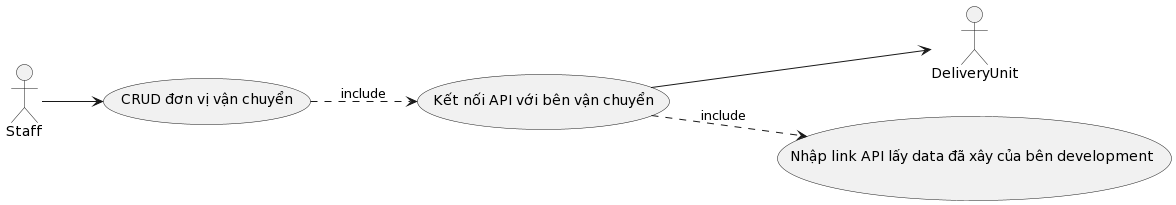
Above: Lab2.2/Usecase/Image/Use case Quản lí đơn vị vận chuyển.png in dangthuanvo/Ky-Thuat-Phan-Tich-Yeu-Cau (PlantUML), before the change. Its diagram source:
```plantuml
@startuml
left to right direction

actor Staff as sta
actor DeliveryUnit as del
usecase "CRUD đơn vị vận chuyển" as uc1
usecase "Kết nối API với bên vận chuyển" as uc2
usecase "Nhập link API lấy data đã xây của bên development " as uc3


sta --> uc1
uc1 ..> uc2 : include
uc2 --> del
uc2 ..> uc3: include
@enduml
```
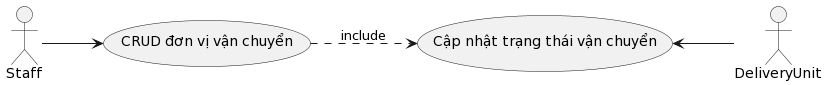
The same diagram one commit later.

The edit, as a diff of the source:
```diff
@@ -4,12 +4,10 @@
 actor Staff as sta
 actor DeliveryUnit as del
 usecase "CRUD đơn vị vận chuyển" as uc1
-usecase "Kết nối API với bên vận chuyển" as uc2
-usecase "Nhập link API lấy data đã xây của bên development " as uc3
+usecase "Cập nhật trạng thái vận chuyển" as uc2
 
 
 sta --> uc1
 uc1 ..> uc2 : include
-uc2 --> del
-uc2 ..> uc3: include
+uc2 <-- del
 @enduml
```
